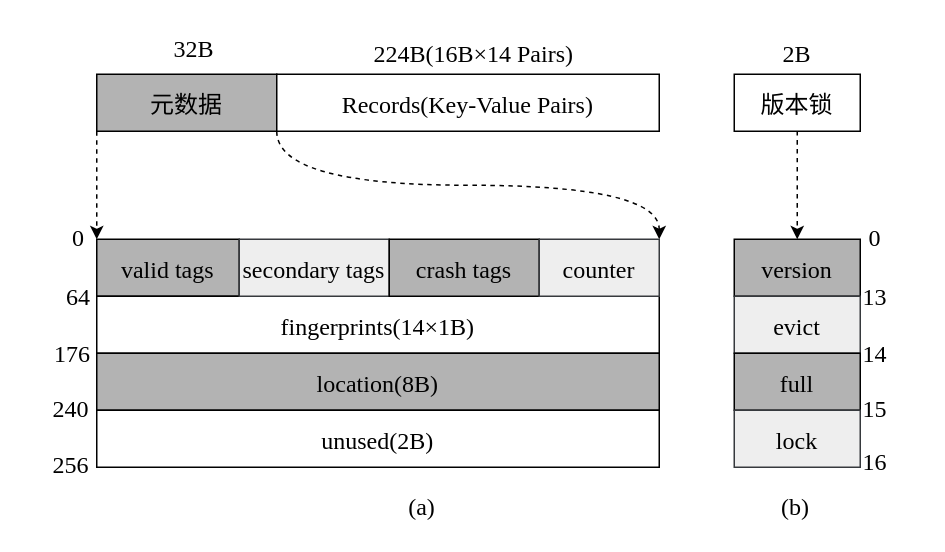
This is page "元数据分开" (19 of 22) of 毕业论文.drawio from HustDsy/Picture, a draw.io file, before an edit. Source tidied: cells renumbered, new cells numbered last; positions are measured from the earlier drawing's top-left corner, leaving out a move shared by most shapes. Both pictures are drawn from the tidied source at 150%, with x=0, y=0 at pixel (26, 24).
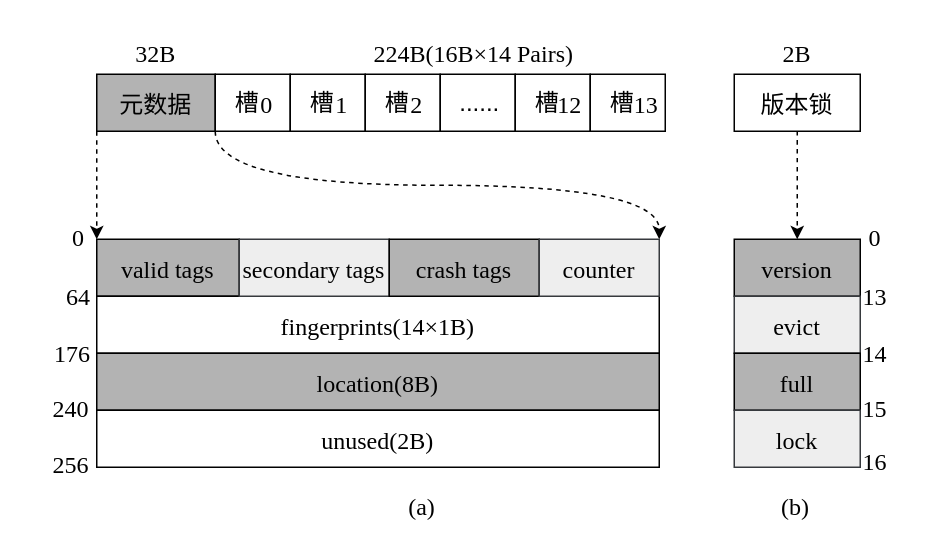
After the change.

The edit, as a diff of the source:
```diff
@@
     <mxCell id="4" value="元数据" style="rounded=0;fontFamily=简宋;fontSize=16;fontColor=#000000;strokeColor=#000000;strokeWidth=1;fillColor=#B3B3B3;" parent="1" vertex="1">
-      <mxGeometry x="47" y="33" width="120" height="38" as="geometry" />
+      <mxGeometry x="47" y="33" width="79" height="38" as="geometry" />
     </mxCell>
-    <mxCell id="5" value="Records(Key-Value Pairs)" style="rounded=0;fontFamily=Times New Roman;fontSize=16;strokeWidth=1;strokeColor=#000000;" parent="1" vertex="1">
-      <mxGeometry x="167" y="33" width="255" height="38" as="geometry" />
+    <mxCell id="5" style="rounded=0;fontFamily=简宋;fontSize=16;strokeWidth=1;strokeColor=#000000;" parent="1" vertex="1">
+      <mxGeometry x="126" y="33" width="50" height="38" as="geometry" />
     </mxCell>
@@
     <mxCell id="13" value="32B" style="text;strokeColor=none;fillColor=none;align=center;verticalAlign=middle;rounded=0;fontFamily=Times New Roman;fontSize=16;fontColor=#000000;" parent="1" vertex="1">
-      <mxGeometry x="82" width="60" height="30" as="geometry" />
+      <mxGeometry x="56.5" y="3" width="60" height="30" as="geometry" />
     </mxCell>
@@
+    <mxCell id="34" value="槽" style="text;html=1;align=center;verticalAlign=middle;strokeColor=none;fillColor=none;fontFamily=简宋;fontSize=16;" parent="1" vertex="1">
+      <mxGeometry x="131.5" y="42" width="30" height="20" as="geometry" />
+    </mxCell>
+    <mxCell id="35" value="0" style="text;align=center;verticalAlign=middle;strokeColor=none;fillColor=none;fontFamily=Times New Roman;fontSize=16;" parent="1" vertex="1">
+      <mxGeometry x="150.5" y="42" width="20" height="20" as="geometry" />
+    </mxCell>
+    <mxCell id="36" style="rounded=0;fontFamily=简宋;fontSize=16;strokeWidth=1;strokeColor=#000000;" parent="1" vertex="1">
+      <mxGeometry x="176" y="33" width="50" height="38" as="geometry" />
+    </mxCell>
+    <mxCell id="37" value="槽" style="text;html=1;align=center;verticalAlign=middle;strokeColor=none;fillColor=none;fontFamily=简宋;fontSize=16;" parent="1" vertex="1">
+      <mxGeometry x="181.5" y="42" width="30" height="20" as="geometry" />
+    </mxCell>
+    <mxCell id="38" value="1" style="text;align=center;verticalAlign=middle;strokeColor=none;fillColor=none;fontFamily=Times New Roman;fontSize=16;" parent="1" vertex="1">
+      <mxGeometry x="200.5" y="42" width="20" height="20" as="geometry" />
+    </mxCell>
+    <mxCell id="39" style="rounded=0;fontFamily=简宋;fontSize=16;strokeWidth=1;strokeColor=#000000;" parent="1" vertex="1">
+      <mxGeometry x="226" y="33" width="50" height="38" as="geometry" />
+    </mxCell>
+    <mxCell id="40" value="槽" style="text;html=1;align=center;verticalAlign=middle;strokeColor=none;fillColor=none;fontFamily=简宋;fontSize=16;" parent="1" vertex="1">
+      <mxGeometry x="231.5" y="42" width="30" height="20" as="geometry" />
+    </mxCell>
+    <mxCell id="41" value="2" style="text;align=center;verticalAlign=middle;strokeColor=none;fillColor=none;fontFamily=Times New Roman;fontSize=16;" parent="1" vertex="1">
+      <mxGeometry x="250.5" y="42" width="20" height="20" as="geometry" />
+    </mxCell>
+    <mxCell id="42" style="rounded=0;fontFamily=简宋;fontSize=16;strokeWidth=1;strokeColor=#000000;" parent="1" vertex="1">
+      <mxGeometry x="276" y="33" width="50" height="38" as="geometry" />
+    </mxCell>
+    <mxCell id="43" value="......" style="text;html=1;align=center;verticalAlign=middle;strokeColor=none;fillColor=none;fontFamily=简宋;fontSize=16;" parent="1" vertex="1">
+      <mxGeometry x="271.5" y="42" width="60" height="20" as="geometry" />
+    </mxCell>
+    <mxCell id="44" style="rounded=0;fontFamily=简宋;fontSize=16;strokeWidth=1;strokeColor=#000000;" parent="1" vertex="1">
+      <mxGeometry x="326" y="33" width="50" height="38" as="geometry" />
+    </mxCell>
+    <mxCell id="45" value="槽" style="text;html=1;align=center;verticalAlign=middle;strokeColor=none;fillColor=none;fontFamily=简宋;fontSize=16;" parent="1" vertex="1">
+      <mxGeometry x="331.5" y="42" width="30" height="20" as="geometry" />
+    </mxCell>
+    <mxCell id="46" value="12" style="text;align=center;verticalAlign=middle;strokeColor=none;fillColor=none;fontFamily=Times New Roman;fontSize=16;" parent="1" vertex="1">
+      <mxGeometry x="347.5" y="42" width="30" height="20" as="geometry" />
+    </mxCell>
+    <mxCell id="47" style="rounded=0;fontFamily=简宋;fontSize=16;strokeWidth=1;strokeColor=#000000;" parent="1" vertex="1">
+      <mxGeometry x="376" y="33" width="50" height="38" as="geometry" />
+    </mxCell>
+    <mxCell id="48" value="槽" style="text;html=1;align=center;verticalAlign=middle;strokeColor=none;fillColor=none;fontFamily=简宋;fontSize=16;" parent="1" vertex="1">
+      <mxGeometry x="381.5" y="42" width="30" height="20" as="geometry" />
+    </mxCell>
+    <mxCell id="49" value="13" style="text;align=center;verticalAlign=middle;strokeColor=none;fillColor=none;fontFamily=Times New Roman;fontSize=16;" parent="1" vertex="1">
+      <mxGeometry x="398.5" y="42" width="30" height="20" as="geometry" />
+    </mxCell>
```
